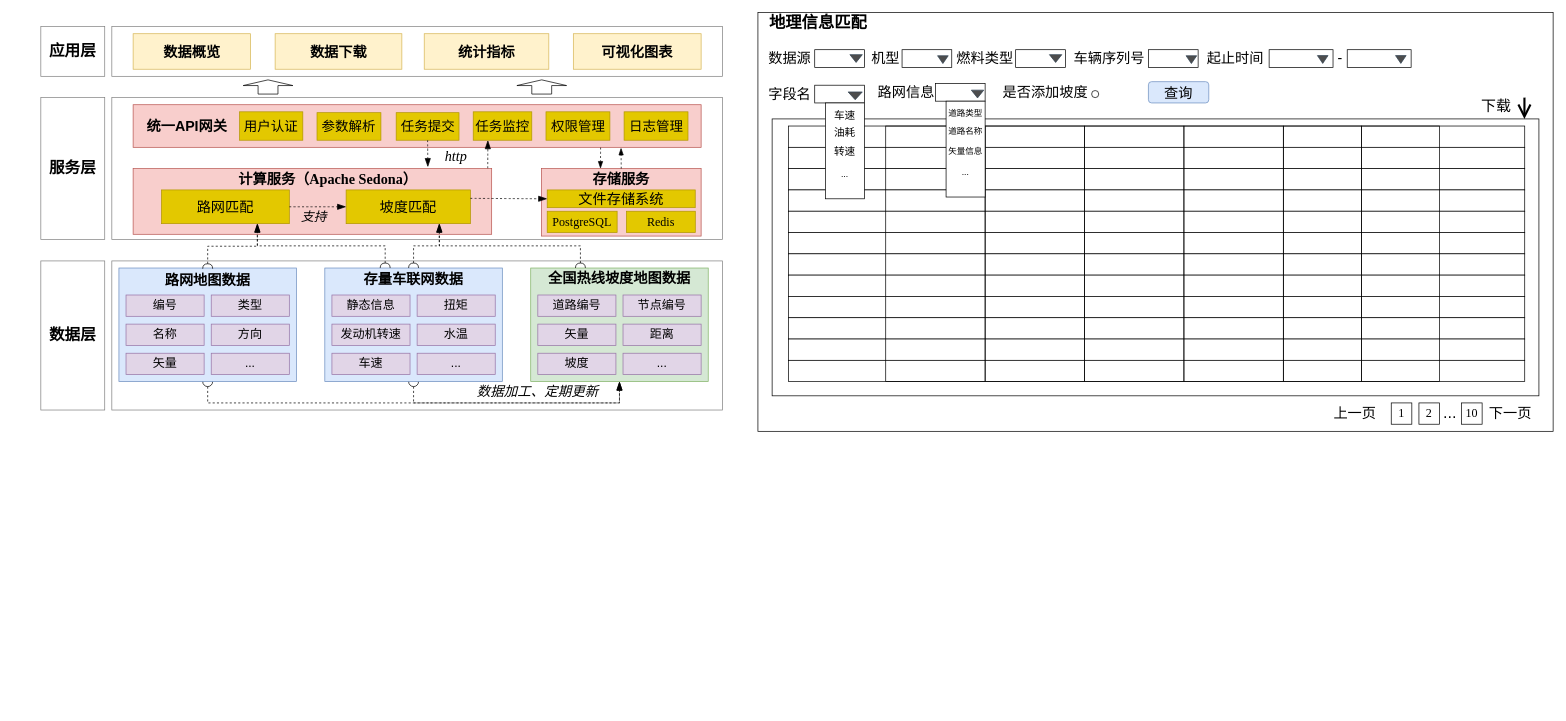
Earlier version of the draw.io diagram 车联网数据地理信息匹配服务.drawio (wangwuhua11/draw). Source tidied: cells renumbered, new cells numbered last; positions are measured from the earlier drawing's top-left corner, leaving out a move shared by most shapes. Both pictures are drawn from the tidied source at 71%, with x=0, y=0 at pixel (40, 12).
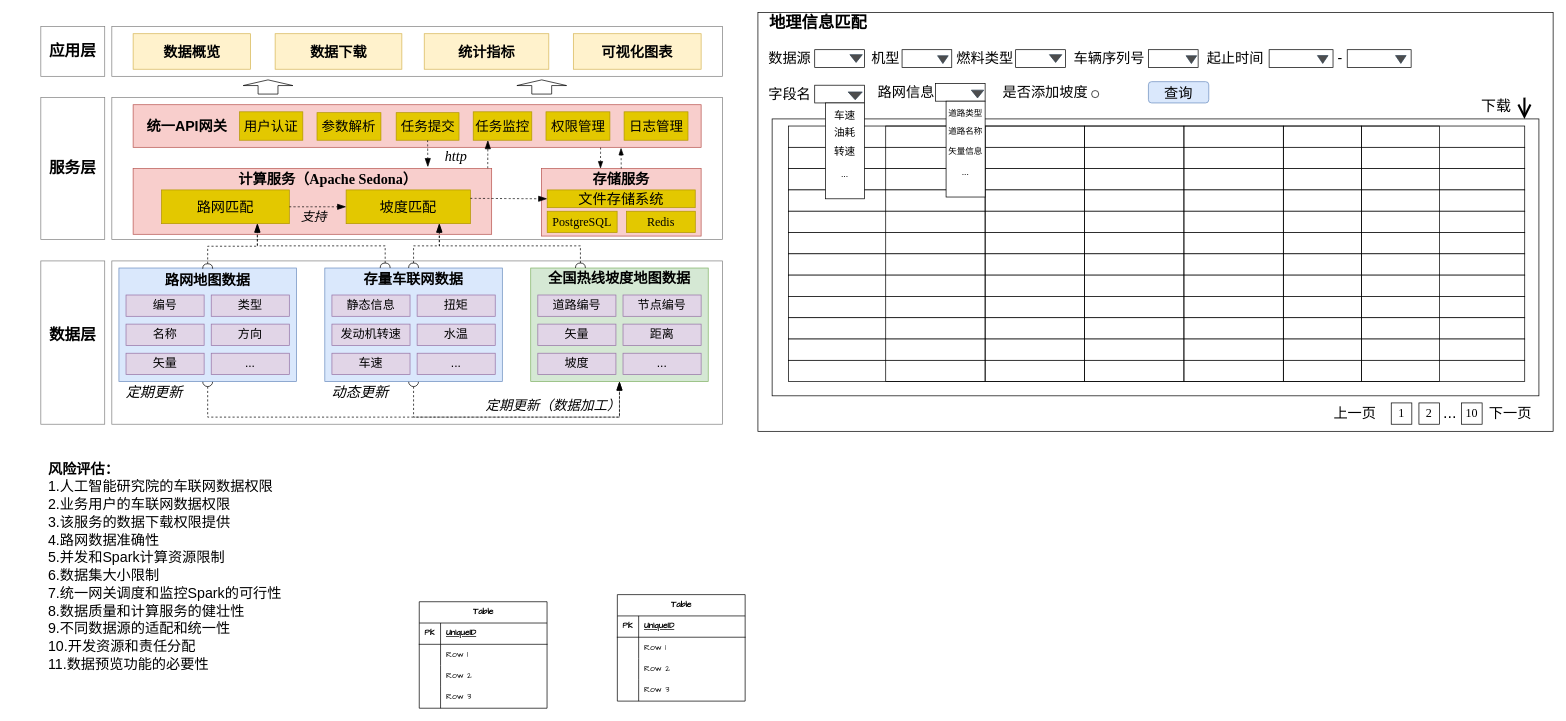
Above is the later version.

Commit message (it also covers changes not shown here):
更新车联网数据地理信息匹配服务.drawio

The change refers to these unchanged cells:
```xml
<mxCell id="8" style="rounded=0;whiteSpace=wrap;html=1;fontFamily=宋体;fillColor=#d5e8d4;strokeColor=#82b366;" parent="1" vertex="1">
  <mxGeometry x="690" y="360" width="250" height="160" as="geometry" />
</mxCell>
<mxCell id="13" style="rounded=0;whiteSpace=wrap;html=1;fontFamily=宋体;fillColor=#dae8fc;strokeColor=#6c8ebf;" parent="1" vertex="1">
  <mxGeometry x="400" y="360" width="250" height="160" as="geometry" />
</mxCell>
<mxCell id="14" style="rounded=0;whiteSpace=wrap;html=1;fontFamily=宋体;fillColor=#dae8fc;strokeColor=#6c8ebf;" parent="1" vertex="1">
  <mxGeometry x="110" y="360" width="250" height="160" as="geometry" />
</mxCell>
```

Diff of the diagram source:
```diff
@@
+    <mxCell id="10" style="edgeStyle=orthogonalEdgeStyle;jettySize=auto;html=1;rounded=0;fontFamily=Architects Daughter;fontSize=16;startSize=14;endArrow=blockThin;endSize=10;sourcePerimeterSpacing=8;targetPerimeterSpacing=8;endFill=1;exitX=0.5;exitY=1;exitDx=0;exitDy=0;entryX=0.5;entryY=1;entryDx=0;entryDy=0;dashed=1;startArrow=oval;startFill=0;" parent="1" edge="1" source="13" target="8">
+      <mxGeometry relative="1" as="geometry">
+        <Array as="points">
+          <mxPoint x="525" y="570" />
+          <mxPoint x="815" y="570" />
+        </Array>
+      </mxGeometry>
+    </mxCell>
     <mxCell id="2" style="rounded=0;whiteSpace=wrap;html=1;fontFamily=Architects Daughter;strokeColor=#808080;" parent="1" vertex="1">
-      <mxGeometry y="350" width="90" height="210" as="geometry" />
+      <mxGeometry y="350" width="90" height="230" as="geometry" />
     </mxCell>
@@
     <mxCell id="7" style="rounded=0;whiteSpace=wrap;html=1;fontFamily=Architects Daughter;fillColor=none;strokeWidth=1;strokeColor=#808080;" parent="1" vertex="1">
-      <mxGeometry x="100" y="350" width="860" height="210" as="geometry" />
+      <mxGeometry x="100" y="350" width="860" height="230" as="geometry" />
     </mxCell>
@@
     <mxCell id="9" style="edgeStyle=orthogonalEdgeStyle;jettySize=auto;html=1;rounded=0;fontFamily=Architects Daughter;fontSize=16;startSize=14;endArrow=blockThin;endSize=10;sourcePerimeterSpacing=8;targetPerimeterSpacing=8;endFill=1;exitX=0.5;exitY=1;exitDx=0;exitDy=0;dashed=1;startArrow=oval;startFill=0;" parent="1" edge="1" source="14">
       <mxGeometry relative="1" as="geometry">
         <mxPoint x="815" y="520" as="targetPoint" />
         <Array as="points">
-          <mxPoint x="235" y="550" />
-          <mxPoint x="815" y="550" />
+          <mxPoint x="235" y="570" />
+          <mxPoint x="815" y="570" />
         </Array>
       </mxGeometry>
     </mxCell>
-    <mxCell id="10" style="edgeStyle=orthogonalEdgeStyle;jettySize=auto;html=1;rounded=0;fontFamily=Architects Daughter;fontSize=16;startSize=14;endArrow=blockThin;endSize=10;sourcePerimeterSpacing=8;targetPerimeterSpacing=8;endFill=1;exitX=0.5;exitY=1;exitDx=0;exitDy=0;entryX=0.5;entryY=1;entryDx=0;entryDy=0;dashed=1;startArrow=oval;startFill=0;" parent="1" edge="1" source="13" target="8">
-      <mxGeometry relative="1" as="geometry">
-        <Array as="points">
-          <mxPoint x="525" y="550" />
-          <mxPoint x="815" y="550" />
-        </Array>
-      </mxGeometry>
-    </mxCell>
-    <mxCell id="11" value="&lt;font style=&quot;font-size: 19px;&quot; face=&quot;宋体&quot;&gt;数据加工、定期更新&lt;/font&gt;" style="text;strokeColor=none;fillColor=none;html=1;align=center;verticalAlign=middle;whiteSpace=wrap;rounded=0;fontSize=19;fontFamily=Architects Daughter;fontStyle=2;" parent="1" vertex="1">
-      <mxGeometry x="600" y="520" width="200" height="30" as="geometry" />
-    </mxCell>
@@
+    <mxCell id="139" value="&lt;div style=&quot;text-align: justify;&quot;&gt;&lt;span style=&quot;background-color: initial;&quot;&gt;&lt;font face=&quot;宋体&quot;&gt;&lt;b&gt;风险评估：&lt;/b&gt;&lt;/font&gt;&lt;/span&gt;&lt;/div&gt;&lt;div style=&quot;text-align: justify;&quot;&gt;&lt;font face=&quot;宋体&quot;&gt;1.人工智能研究院的车联网数据权限&lt;/font&gt;&lt;/div&gt;&lt;div style=&quot;text-align: justify;&quot;&gt;&lt;font face=&quot;宋体&quot;&gt;2.业务用户的车联网数据权限&lt;/font&gt;&lt;/div&gt;&lt;div style=&quot;text-align: justify;&quot;&gt;&lt;font face=&quot;宋体&quot;&gt;3.该服务的数据下载权限提供&lt;/font&gt;&lt;/div&gt;&lt;div style=&quot;text-align: justify;&quot;&gt;&lt;font face=&quot;宋体&quot;&gt;4.路网数据准确性&lt;/font&gt;&lt;/div&gt;&lt;div style=&quot;text-align: justify;&quot;&gt;&lt;font face=&quot;宋体&quot;&gt;5.并发和Spark计算资源限制&lt;/font&gt;&lt;/div&gt;&lt;div style=&quot;text-align: justify;&quot;&gt;&lt;font face=&quot;宋体&quot;&gt;6.数据集大小限制&lt;/font&gt;&lt;/div&gt;&lt;div style=&quot;text-align: justify;&quot;&gt;&lt;font face=&quot;宋体&quot;&gt;7.统一网关调度和监控Spark的可行性&lt;/font&gt;&lt;/div&gt;&lt;div style=&quot;text-align: justify;&quot;&gt;&lt;font face=&quot;宋体&quot;&gt;8.数据质量和计算服务的健壮性&lt;/font&gt;&lt;/div&gt;&lt;div style=&quot;text-align: justify;&quot;&gt;&lt;font face=&quot;宋体&quot;&gt;9.不同数据源的适配和统一性&lt;/font&gt;&lt;/div&gt;&lt;div style=&quot;text-align: justify;&quot;&gt;&lt;font face=&quot;宋体&quot;&gt;10.开发资源和责任分配&lt;/font&gt;&lt;/div&gt;&lt;div style=&quot;text-align: justify;&quot;&gt;&lt;font face=&quot;宋体&quot;&gt;11.数据预览功能的必要性&lt;/font&gt;&lt;/div&gt;" style="text;strokeColor=none;fillColor=none;html=1;align=center;verticalAlign=middle;whiteSpace=wrap;rounded=0;fontSize=20;fontFamily=Architects Daughter;" parent="1" vertex="1">
+      <mxGeometry x="-40" y="630" width="430" height="300" as="geometry" />
+    </mxCell>
+    <mxCell id="140" value="&lt;font face=&quot;宋体&quot;&gt;&lt;i&gt;定期更新&lt;/i&gt;&lt;/font&gt;" style="text;strokeColor=none;fillColor=none;html=1;align=center;verticalAlign=middle;whiteSpace=wrap;rounded=0;fontSize=20;fontFamily=Architects Daughter;" parent="1" vertex="1">
+      <mxGeometry x="110" y="520" width="100" height="30" as="geometry" />
+    </mxCell>
+    <mxCell id="11" value="&lt;font style=&quot;font-size: 19px;&quot; face=&quot;宋体&quot;&gt;定期更新（&lt;/font&gt;&lt;span style=&quot;font-family: 宋体;&quot;&gt;数据加工&lt;/span&gt;&lt;font style=&quot;font-size: 19px;&quot; face=&quot;宋体&quot;&gt;）&lt;/font&gt;" style="text;strokeColor=none;fillColor=none;html=1;align=center;verticalAlign=middle;whiteSpace=wrap;rounded=0;fontSize=19;fontFamily=Architects Daughter;fontStyle=2;" parent="1" vertex="1">
+      <mxGeometry x="621.5" y="540" width="200" height="30" as="geometry" />
+    </mxCell>
+    <mxCell id="141" value="&lt;font face=&quot;宋体&quot;&gt;&lt;i&gt;动态更新&lt;/i&gt;&lt;/font&gt;" style="text;strokeColor=none;fillColor=none;html=1;align=center;verticalAlign=middle;whiteSpace=wrap;rounded=0;fontSize=20;fontFamily=Architects Daughter;" parent="1" vertex="1">
+      <mxGeometry x="400" y="520" width="100" height="30" as="geometry" />
+    </mxCell>
+    <mxCell id="142" value="Table" style="shape=table;startSize=30;childLayout=tableLayout;rowLines=0;fontStyle=1;align=center;html=1;fontFamily=Architects Daughter;" parent="1" vertex="1">
+      <mxGeometry x="533" y="830" width="180" height="150" as="geometry" />
+    </mxCell>
+    <mxCell id="143" style="shape=tableRow;horizontal=0;startSize=0;swimlaneHead=0;swimlaneBody=0;fillColor=none;top=0;left=0;right=0;bottom=1;fontFamily=Architects Daughter;" parent="142" vertex="1">
+      <mxGeometry y="30" width="180" height="30" as="geometry" />
+    </mxCell>
+    <mxCell id="144" value="PK" style="shape=partialRectangle;fillColor=none;top=0;left=0;bottom=0;right=0;fontStyle=1;overflow=hidden;whiteSpace=wrap;html=1;fontFamily=Architects Daughter;" parent="143" vertex="1">
+      <mxGeometry width="30" height="30" as="geometry" />
+    </mxCell>
+    <mxCell id="145" value="UniqueID" style="shape=partialRectangle;fillColor=none;top=0;left=0;bottom=0;right=0;align=left;spacingLeft=6;fontStyle=5;overflow=hidden;whiteSpace=wrap;html=1;fontFamily=Architects Daughter;" parent="143" vertex="1">
+      <mxGeometry x="30" width="150" height="30" as="geometry" />
+    </mxCell>
+    <mxCell id="146" style="shape=tableRow;horizontal=0;startSize=0;swimlaneHead=0;swimlaneBody=0;fillColor=none;top=0;left=0;right=0;bottom=0;fontFamily=Architects Daughter;" parent="142" vertex="1">
+      <mxGeometry y="60" width="180" height="30" as="geometry" />
+    </mxCell>
+    <mxCell id="147" style="shape=partialRectangle;fillColor=none;top=0;left=0;bottom=0;right=0;overflow=hidden;whiteSpace=wrap;html=1;fontFamily=Architects Daughter;" parent="146" vertex="1">
+      <mxGeometry width="30" height="30" as="geometry" />
+    </mxCell>
+    <mxCell id="148" value="Row 1" style="shape=partialRectangle;fillColor=none;top=0;left=0;bottom=0;right=0;align=left;spacingLeft=6;overflow=hidden;whiteSpace=wrap;html=1;fontFamily=Architects Daughter;" parent="146" vertex="1">
+      <mxGeometry x="30" width="150" height="30" as="geometry" />
+    </mxCell>
+    <mxCell id="149" style="shape=tableRow;horizontal=0;startSize=0;swimlaneHead=0;swimlaneBody=0;fillColor=none;top=0;left=0;right=0;bottom=0;fontFamily=Architects Daughter;" parent="142" vertex="1">
+      <mxGeometry y="90" width="180" height="30" as="geometry" />
+    </mxCell>
+    <mxCell id="150" style="shape=partialRectangle;fillColor=none;top=0;left=0;bottom=0;right=0;overflow=hidden;whiteSpace=wrap;html=1;fontFamily=Architects Daughter;" parent="149" vertex="1">
+      <mxGeometry width="30" height="30" as="geometry" />
+    </mxCell>
+    <mxCell id="151" value="Row 2" style="shape=partialRectangle;fillColor=none;top=0;left=0;bottom=0;right=0;align=left;spacingLeft=6;overflow=hidden;whiteSpace=wrap;html=1;fontFamily=Architects Daughter;" parent="149" vertex="1">
+      <mxGeometry x="30" width="150" height="30" as="geometry" />
+    </mxCell>
+    <mxCell id="152" style="shape=tableRow;horizontal=0;startSize=0;swimlaneHead=0;swimlaneBody=0;fillColor=none;top=0;left=0;right=0;bottom=0;fontFamily=Architects Daughter;" parent="142" vertex="1">
+      <mxGeometry y="120" width="180" height="30" as="geometry" />
+    </mxCell>
+    <mxCell id="153" style="shape=partialRectangle;fillColor=none;top=0;left=0;bottom=0;right=0;overflow=hidden;whiteSpace=wrap;html=1;fontFamily=Architects Daughter;" parent="152" vertex="1">
+      <mxGeometry width="30" height="30" as="geometry" />
+    </mxCell>
+    <mxCell id="154" value="Row 3" style="shape=partialRectangle;fillColor=none;top=0;left=0;bottom=0;right=0;align=left;spacingLeft=6;overflow=hidden;whiteSpace=wrap;html=1;fontFamily=Architects Daughter;" parent="152" vertex="1">
+      <mxGeometry x="30" width="150" height="30" as="geometry" />
+    </mxCell>
+    <mxCell id="155" value="Table" style="shape=table;startSize=30;childLayout=tableLayout;rowLines=0;fontStyle=1;align=center;html=1;fontFamily=Architects Daughter;" parent="1" vertex="1">
+      <mxGeometry x="812" y="820" width="180" height="150" as="geometry" />
+    </mxCell>
+    <mxCell id="156" style="shape=tableRow;horizontal=0;startSize=0;swimlaneHead=0;swimlaneBody=0;fillColor=none;top=0;left=0;right=0;bottom=1;fontFamily=Architects Daughter;" parent="155" vertex="1">
+      <mxGeometry y="30" width="180" height="30" as="geometry" />
+    </mxCell>
+    <mxCell id="157" value="PK" style="shape=partialRectangle;fillColor=none;top=0;left=0;bottom=0;right=0;fontStyle=1;overflow=hidden;whiteSpace=wrap;html=1;fontFamily=Architects Daughter;" parent="156" vertex="1">
+      <mxGeometry width="30" height="30" as="geometry" />
+    </mxCell>
+    <mxCell id="158" value="UniqueID" style="shape=partialRectangle;fillColor=none;top=0;left=0;bottom=0;right=0;align=left;spacingLeft=6;fontStyle=5;overflow=hidden;whiteSpace=wrap;html=1;fontFamily=Architects Daughter;" parent="156" vertex="1">
+      <mxGeometry x="30" width="150" height="30" as="geometry" />
+    </mxCell>
+    <mxCell id="159" style="shape=tableRow;horizontal=0;startSize=0;swimlaneHead=0;swimlaneBody=0;fillColor=none;top=0;left=0;right=0;bottom=0;fontFamily=Architects Daughter;" parent="155" vertex="1">
+      <mxGeometry y="60" width="180" height="30" as="geometry" />
+    </mxCell>
+    <mxCell id="160" style="shape=partialRectangle;fillColor=none;top=0;left=0;bottom=0;right=0;overflow=hidden;whiteSpace=wrap;html=1;fontFamily=Architects Daughter;" parent="159" vertex="1">
+      <mxGeometry width="30" height="30" as="geometry" />
+    </mxCell>
+    <mxCell id="161" value="Row 1" style="shape=partialRectangle;fillColor=none;top=0;left=0;bottom=0;right=0;align=left;spacingLeft=6;overflow=hidden;whiteSpace=wrap;html=1;fontFamily=Architects Daughter;" parent="159" vertex="1">
+      <mxGeometry x="30" width="150" height="30" as="geometry" />
+    </mxCell>
+    <mxCell id="162" style="shape=tableRow;horizontal=0;startSize=0;swimlaneHead=0;swimlaneBody=0;fillColor=none;top=0;left=0;right=0;bottom=0;fontFamily=Architects Daughter;" parent="155" vertex="1">
+      <mxGeometry y="90" width="180" height="30" as="geometry" />
+    </mxCell>
+    <mxCell id="163" style="shape=partialRectangle;fillColor=none;top=0;left=0;bottom=0;right=0;overflow=hidden;whiteSpace=wrap;html=1;fontFamily=Architects Daughter;" parent="162" vertex="1">
+      <mxGeometry width="30" height="30" as="geometry" />
+    </mxCell>
+    <mxCell id="164" value="Row 2" style="shape=partialRectangle;fillColor=none;top=0;left=0;bottom=0;right=0;align=left;spacingLeft=6;overflow=hidden;whiteSpace=wrap;html=1;fontFamily=Architects Daughter;" parent="162" vertex="1">
+      <mxGeometry x="30" width="150" height="30" as="geometry" />
+    </mxCell>
+    <mxCell id="165" style="shape=tableRow;horizontal=0;startSize=0;swimlaneHead=0;swimlaneBody=0;fillColor=none;top=0;left=0;right=0;bottom=0;fontFamily=Architects Daughter;" parent="155" vertex="1">
+      <mxGeometry y="120" width="180" height="30" as="geometry" />
+    </mxCell>
+    <mxCell id="166" style="shape=partialRectangle;fillColor=none;top=0;left=0;bottom=0;right=0;overflow=hidden;whiteSpace=wrap;html=1;fontFamily=Architects Daughter;" parent="165" vertex="1">
+      <mxGeometry width="30" height="30" as="geometry" />
+    </mxCell>
+    <mxCell id="167" value="Row 3" style="shape=partialRectangle;fillColor=none;top=0;left=0;bottom=0;right=0;align=left;spacingLeft=6;overflow=hidden;whiteSpace=wrap;html=1;fontFamily=Architects Daughter;" parent="165" vertex="1">
+      <mxGeometry x="30" width="150" height="30" as="geometry" />
+    </mxCell>
```
